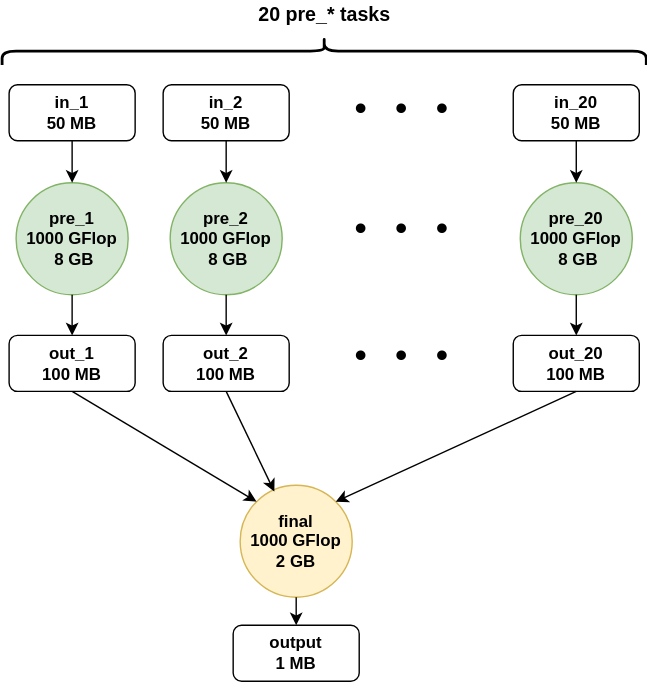
wrench-project/eduwrench keeps this draw.io diagram as web/public/img/workflows/workflow_distributed_workflow.svg. Above is the earlier version. Source tidied: cells renumbered, new cells last; positions are measured from the earlier drawing's top-left corner, leaving out a move shared by most shapes. Its diagram source:
```xml
<mxGraphModel>
  <root>
    <mxCell id="0" />
    <mxCell id="1" parent="0" />
    <mxCell id="2" style="group;" parent="1" vertex="1">
      <mxGeometry x="115" y="60" width="90" height="219" as="geometry" />
    </mxCell>
    <mxCell id="3" value="&lt;div&gt;&lt;br&gt;&lt;/div&gt;&lt;div&gt;pre_2&lt;/div&gt;&lt;div&gt;1000 GFlop &lt;br&gt;&lt;/div&gt;&lt;div&gt;&amp;nbsp;8 GB&lt;br&gt;&lt;/div&gt;&lt;div&gt;&lt;br&gt;&lt;/div&gt;" style="ellipse;whiteSpace=wrap;html=1;fillColor=#d5e8d4;strokeColor=#82b366;fontStyle=1;" parent="2" vertex="1">
      <mxGeometry x="5" y="70" width="80" height="80" as="geometry" />
    </mxCell>
    <mxCell id="4" style="endArrow=classic;html=1;entryX=0.5;entryY=0;exitX=0.5;exitY=1;entryDx=0;entryDy=0;" parent="2" edge="1" source="3" target="7">
      <mxGeometry relative="1" as="geometry" />
    </mxCell>
    <mxCell id="5" style="edgeStyle=orthogonalEdgeStyle;rounded=0;html=1;jettySize=auto;" parent="2" edge="1" source="6" target="3">
      <mxGeometry relative="1" as="geometry" />
    </mxCell>
    <mxCell id="6" value="&lt;div&gt;in_2&lt;/div&gt;&lt;div&gt;50 MB&lt;br&gt;&lt;/div&gt;" style="rounded=1;whiteSpace=wrap;html=1;fontStyle=1;" parent="2" vertex="1">
      <mxGeometry width="90" height="40" as="geometry" />
    </mxCell>
    <mxCell id="7" value="&lt;div&gt;out_2&lt;/div&gt;&lt;div&gt;100 MB&lt;br&gt;&lt;/div&gt;" style="rounded=1;whiteSpace=wrap;html=1;fontStyle=1;" parent="2" vertex="1">
      <mxGeometry y="179" width="90" height="40" as="geometry" />
    </mxCell>
    <mxCell id="8" value="&lt;div&gt;&lt;b&gt;final&lt;/b&gt;&lt;/div&gt;&lt;div&gt;&lt;b&gt;1000 GFlop&lt;/b&gt;&lt;/div&gt;&lt;div&gt;&lt;b&gt;2 GB&lt;/b&gt;&lt;br&gt;&lt;/div&gt;" style="ellipse;whiteSpace=wrap;html=1;fillColor=#fff2cc;strokeColor=#d6b656;" parent="1" vertex="1">
      <mxGeometry x="170" y="346" width="80" height="80" as="geometry" />
    </mxCell>
    <mxCell id="9" style="endArrow=classic;html=1;entryX=0;entryY=0;exitX=0.5;exitY=1;entryDx=0;entryDy=0;exitDx=0;exitDy=0;" parent="1" edge="1" source="23" target="8">
      <mxGeometry relative="1" as="geometry" />
    </mxCell>
    <mxCell id="10" value="&lt;div&gt;output&lt;/div&gt;&lt;div&gt;1 MB&lt;br&gt;&lt;/div&gt;" style="rounded=1;whiteSpace=wrap;html=1;fontStyle=1;" parent="1" vertex="1">
      <mxGeometry x="165" y="446" width="90" height="40" as="geometry" />
    </mxCell>
    <mxCell id="11" style="endArrow=classic;html=1;exitX=0.5;exitY=1;entryX=0.5;entryY=0;entryDx=0;entryDy=0;exitDx=0;exitDy=0;" parent="1" edge="1" source="8" target="10">
      <mxGeometry relative="1" as="geometry" />
    </mxCell>
    <mxCell id="12" value="&lt;div&gt;&lt;br&gt;&lt;/div&gt;&lt;div&gt;pre_20&lt;/div&gt;&lt;div&gt;1000 GFlop &lt;br&gt;&lt;/div&gt;&lt;div&gt;&amp;nbsp;8 GB&lt;br&gt;&lt;/div&gt;&lt;div&gt;&lt;br&gt;&lt;/div&gt;" style="ellipse;whiteSpace=wrap;html=1;fillColor=#d5e8d4;strokeColor=#82b366;fontStyle=1;" parent="1" vertex="1">
      <mxGeometry x="370" y="130" width="80" height="80" as="geometry" />
    </mxCell>
    <mxCell id="13" style="endArrow=classic;html=1;entryX=0.5;entryY=0;exitX=0.5;exitY=1;entryDx=0;entryDy=0;" parent="1" edge="1" source="12" target="16">
      <mxGeometry relative="1" as="geometry" />
    </mxCell>
    <mxCell id="14" style="edgeStyle=orthogonalEdgeStyle;rounded=0;html=1;jettySize=auto;" parent="1" edge="1" source="15" target="12">
      <mxGeometry relative="1" as="geometry" />
    </mxCell>
    <mxCell id="15" value="&lt;div&gt;in_20&lt;/div&gt;&lt;div&gt;50 MB&lt;br&gt;&lt;/div&gt;" style="rounded=1;whiteSpace=wrap;html=1;fontStyle=1;" parent="1" vertex="1">
      <mxGeometry x="365" y="60" width="90" height="40" as="geometry" />
    </mxCell>
    <mxCell id="16" value="&lt;div&gt;out_20&lt;/div&gt;&lt;div&gt;100 MB&lt;br&gt;&lt;/div&gt;" style="rounded=1;whiteSpace=wrap;html=1;fontStyle=1;" parent="1" vertex="1">
      <mxGeometry x="365" y="239" width="90" height="40" as="geometry" />
    </mxCell>
    <mxCell id="17" style="endArrow=classic;html=1;entryX=1;entryY=0;exitX=0.5;exitY=1;entryDx=0;entryDy=0;exitDx=0;exitDy=0;" parent="1" edge="1" source="16" target="8">
      <mxGeometry relative="1" as="geometry" />
    </mxCell>
    <mxCell id="18" style="group;" parent="1" vertex="1">
      <mxGeometry x="5" y="60" width="90" height="219" as="geometry" />
    </mxCell>
    <mxCell id="19" value="&lt;div&gt;&lt;br&gt;&lt;/div&gt;&lt;div&gt;pre_1&lt;/div&gt;&lt;div&gt;1000 GFlop &lt;br&gt;&lt;/div&gt;&lt;div&gt;&amp;nbsp;8 GB&lt;br&gt;&lt;/div&gt;&lt;div&gt;&lt;br&gt;&lt;/div&gt;" style="ellipse;whiteSpace=wrap;html=1;fillColor=#d5e8d4;strokeColor=#82b366;fontStyle=1;" parent="18" vertex="1">
      <mxGeometry x="5" y="70" width="80" height="80" as="geometry" />
    </mxCell>
    <mxCell id="20" style="endArrow=classic;html=1;entryX=0.5;entryY=0;exitX=0.5;exitY=1;entryDx=0;entryDy=0;" parent="18" edge="1" source="19" target="23">
      <mxGeometry relative="1" as="geometry" />
    </mxCell>
    <mxCell id="21" style="edgeStyle=orthogonalEdgeStyle;rounded=0;html=1;jettySize=auto;" parent="18" edge="1" source="22" target="19">
      <mxGeometry relative="1" as="geometry" />
    </mxCell>
    <mxCell id="22" value="&lt;div&gt;in_1&lt;/div&gt;&lt;div&gt;50 MB&lt;br&gt;&lt;/div&gt;" style="rounded=1;whiteSpace=wrap;html=1;fontStyle=1;" parent="18" vertex="1">
      <mxGeometry width="90" height="40" as="geometry" />
    </mxCell>
    <mxCell id="23" value="&lt;div&gt;out_1&lt;/div&gt;&lt;div&gt;100 MB&lt;br&gt;&lt;/div&gt;" style="rounded=1;whiteSpace=wrap;html=1;fontStyle=1;" parent="18" vertex="1">
      <mxGeometry y="179" width="90" height="40" as="geometry" />
    </mxCell>
    <mxCell id="24" style="endArrow=classic;html=1;entryX=0.305;entryY=0.057;exitX=0.5;exitY=1;entryDx=0;entryDy=0;exitDx=0;exitDy=0;entryPerimeter=0;" parent="1" edge="1" source="7" target="8">
      <mxGeometry relative="1" as="geometry" />
    </mxCell>
    <mxCell id="25" value=". . ." style="text;html=1;align=center;verticalAlign=middle;fillColor=none;strokeColor=none;rounded=0;fontSize=58;fontFamily=Comic Sans MS;" parent="1" vertex="1">
      <mxGeometry x="240" y="20" width="90" height="80" as="geometry" />
    </mxCell>
    <mxCell id="26" value=". . ." style="text;html=1;align=center;verticalAlign=middle;fillColor=none;strokeColor=none;rounded=0;fontSize=58;fontFamily=Comic Sans MS;" parent="1" vertex="1">
      <mxGeometry x="240" y="106" width="90" height="80" as="geometry" />
    </mxCell>
    <mxCell id="27" value=". . ." style="text;html=1;align=center;verticalAlign=middle;fillColor=none;strokeColor=none;rounded=0;fontSize=58;fontFamily=Comic Sans MS;" parent="1" vertex="1">
      <mxGeometry x="240" y="196" width="90" height="80" as="geometry" />
    </mxCell>
    <mxCell id="28" style="shape=curlyBracket;whiteSpace=wrap;html=1;rounded=1;fontFamily=Comic Sans MS;fontSize=58;direction=south;size=0.5;strokeWidth=2;" parent="1" vertex="1">
      <mxGeometry y="26" width="460" height="20" as="geometry" />
    </mxCell>
    <mxCell id="29" value="&lt;div&gt;20 pre_* tasks&lt;br&gt;&lt;/div&gt;" style="text;html=1;align=center;verticalAlign=middle;fillColor=none;strokeColor=none;rounded=0;fontFamily=Helvetica;fontSize=14;fontStyle=1;" parent="1" vertex="1">
      <mxGeometry x="175" width="110" height="20" as="geometry" />
    </mxCell>
  </root>
</mxGraphModel>
```
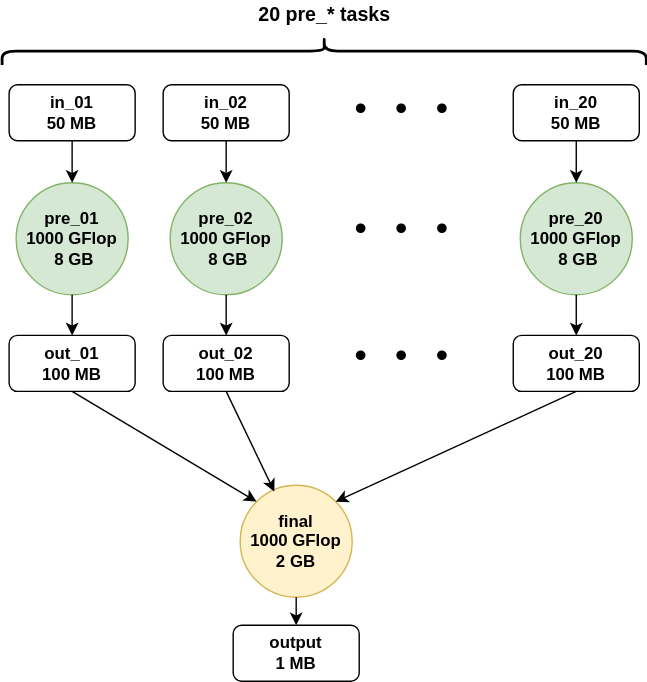
The same file after the commit.

What changed in the source:
```diff
@@ -5,7 +5,7 @@
     <mxCell id="2" style="group;" parent="1" vertex="1">
       <mxGeometry x="115" y="60" width="90" height="219" as="geometry" />
     </mxCell>
-    <mxCell id="3" value="&lt;div&gt;&lt;br&gt;&lt;/div&gt;&lt;div&gt;pre_2&lt;/div&gt;&lt;div&gt;1000 GFlop &lt;br&gt;&lt;/div&gt;&lt;div&gt;&amp;nbsp;8 GB&lt;br&gt;&lt;/div&gt;&lt;div&gt;&lt;br&gt;&lt;/div&gt;" style="ellipse;whiteSpace=wrap;html=1;fillColor=#d5e8d4;strokeColor=#82b366;fontStyle=1;" parent="2" vertex="1">
+    <mxCell id="3" value="&lt;div&gt;&lt;br&gt;&lt;/div&gt;&lt;div&gt;pre_02&lt;/div&gt;&lt;div&gt;1000 GFlop &lt;br&gt;&lt;/div&gt;&lt;div&gt;&amp;nbsp;8 GB&lt;br&gt;&lt;/div&gt;&lt;div&gt;&lt;br&gt;&lt;/div&gt;" style="ellipse;whiteSpace=wrap;html=1;fillColor=#d5e8d4;strokeColor=#82b366;fontStyle=1;" parent="2" vertex="1">
       <mxGeometry x="5" y="70" width="80" height="80" as="geometry" />
     </mxCell>
     <mxCell id="4" style="endArrow=classic;html=1;entryX=0.5;entryY=0;exitX=0.5;exitY=1;entryDx=0;entryDy=0;" parent="2" edge="1" source="3" target="7">
@@ -14,10 +14,10 @@
     <mxCell id="5" style="edgeStyle=orthogonalEdgeStyle;rounded=0;html=1;jettySize=auto;" parent="2" edge="1" source="6" target="3">
       <mxGeometry relative="1" as="geometry" />
     </mxCell>
-    <mxCell id="6" value="&lt;div&gt;in_2&lt;/div&gt;&lt;div&gt;50 MB&lt;br&gt;&lt;/div&gt;" style="rounded=1;whiteSpace=wrap;html=1;fontStyle=1;" parent="2" vertex="1">
+    <mxCell id="6" value="&lt;div&gt;in_02&lt;/div&gt;&lt;div&gt;50 MB&lt;br&gt;&lt;/div&gt;" style="rounded=1;whiteSpace=wrap;html=1;fontStyle=1;" parent="2" vertex="1">
       <mxGeometry width="90" height="40" as="geometry" />
     </mxCell>
-    <mxCell id="7" value="&lt;div&gt;out_2&lt;/div&gt;&lt;div&gt;100 MB&lt;br&gt;&lt;/div&gt;" style="rounded=1;whiteSpace=wrap;html=1;fontStyle=1;" parent="2" vertex="1">
+    <mxCell id="7" value="&lt;div&gt;out_02&lt;/div&gt;&lt;div&gt;100 MB&lt;br&gt;&lt;/div&gt;" style="rounded=1;whiteSpace=wrap;html=1;fontStyle=1;" parent="2" vertex="1">
       <mxGeometry y="179" width="90" height="40" as="geometry" />
     </mxCell>
     <mxCell id="8" value="&lt;div&gt;&lt;b&gt;final&lt;/b&gt;&lt;/div&gt;&lt;div&gt;&lt;b&gt;1000 GFlop&lt;/b&gt;&lt;/div&gt;&lt;div&gt;&lt;b&gt;2 GB&lt;/b&gt;&lt;br&gt;&lt;/div&gt;" style="ellipse;whiteSpace=wrap;html=1;fillColor=#fff2cc;strokeColor=#d6b656;" parent="1" vertex="1">
@@ -53,7 +53,7 @@
     <mxCell id="18" style="group;" parent="1" vertex="1">
       <mxGeometry x="5" y="60" width="90" height="219" as="geometry" />
     </mxCell>
-    <mxCell id="19" value="&lt;div&gt;&lt;br&gt;&lt;/div&gt;&lt;div&gt;pre_1&lt;/div&gt;&lt;div&gt;1000 GFlop &lt;br&gt;&lt;/div&gt;&lt;div&gt;&amp;nbsp;8 GB&lt;br&gt;&lt;/div&gt;&lt;div&gt;&lt;br&gt;&lt;/div&gt;" style="ellipse;whiteSpace=wrap;html=1;fillColor=#d5e8d4;strokeColor=#82b366;fontStyle=1;" parent="18" vertex="1">
+    <mxCell id="19" value="&lt;div&gt;&lt;br&gt;&lt;/div&gt;&lt;div&gt;pre_01&lt;/div&gt;&lt;div&gt;1000 GFlop &lt;br&gt;&lt;/div&gt;&lt;div&gt;&amp;nbsp;8 GB&lt;br&gt;&lt;/div&gt;&lt;div&gt;&lt;br&gt;&lt;/div&gt;" style="ellipse;whiteSpace=wrap;html=1;fillColor=#d5e8d4;strokeColor=#82b366;fontStyle=1;" parent="18" vertex="1">
       <mxGeometry x="5" y="70" width="80" height="80" as="geometry" />
     </mxCell>
     <mxCell id="20" style="endArrow=classic;html=1;entryX=0.5;entryY=0;exitX=0.5;exitY=1;entryDx=0;entryDy=0;" parent="18" edge="1" source="19" target="23">
@@ -62,10 +62,10 @@
     <mxCell id="21" style="edgeStyle=orthogonalEdgeStyle;rounded=0;html=1;jettySize=auto;" parent="18" edge="1" source="22" target="19">
       <mxGeometry relative="1" as="geometry" />
     </mxCell>
-    <mxCell id="22" value="&lt;div&gt;in_1&lt;/div&gt;&lt;div&gt;50 MB&lt;br&gt;&lt;/div&gt;" style="rounded=1;whiteSpace=wrap;html=1;fontStyle=1;" parent="18" vertex="1">
+    <mxCell id="22" value="&lt;div&gt;in_01&lt;/div&gt;&lt;div&gt;50 MB&lt;br&gt;&lt;/div&gt;" style="rounded=1;whiteSpace=wrap;html=1;fontStyle=1;" parent="18" vertex="1">
       <mxGeometry width="90" height="40" as="geometry" />
     </mxCell>
-    <mxCell id="23" value="&lt;div&gt;out_1&lt;/div&gt;&lt;div&gt;100 MB&lt;br&gt;&lt;/div&gt;" style="rounded=1;whiteSpace=wrap;html=1;fontStyle=1;" parent="18" vertex="1">
+    <mxCell id="23" value="&lt;div&gt;out_01&lt;/div&gt;&lt;div&gt;100 MB&lt;br&gt;&lt;/div&gt;" style="rounded=1;whiteSpace=wrap;html=1;fontStyle=1;" parent="18" vertex="1">
       <mxGeometry y="179" width="90" height="40" as="geometry" />
     </mxCell>
     <mxCell id="24" style="endArrow=classic;html=1;entryX=0.305;entryY=0.057;exitX=0.5;exitY=1;entryDx=0;entryDy=0;exitDx=0;exitDy=0;entryPerimeter=0;" parent="1" edge="1" source="7" target="8">
```
